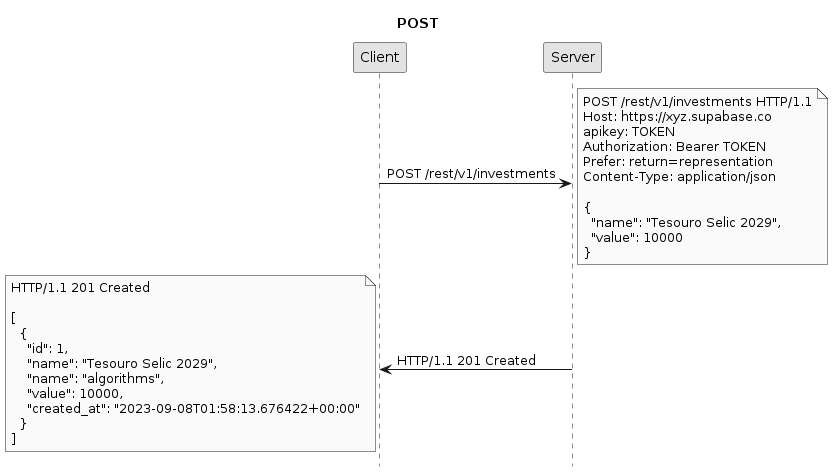
Above: public/imgs/package/supabase-api/post-investment.png in ifpb/ls (PlantUML), before the change.
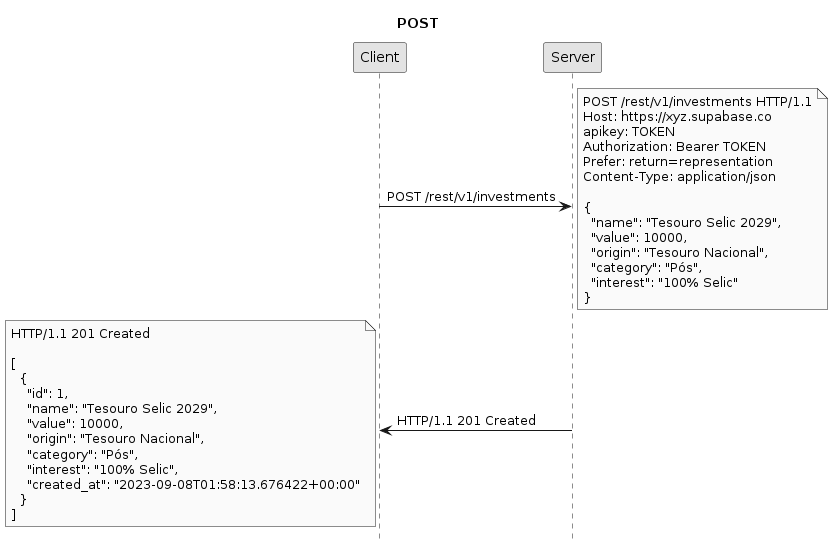
After the change.

Diff of the diagram source:
```diff
@@ -4,7 +4,7 @@
 skinparam monochrome true
 
 Client -> Server: POST /rest/v1/investments
-note right: POST /rest/v1/investments HTTP/1.1\nHost: https://xyz.supabase.co\napikey: TOKEN\nAuthorization: Bearer TOKEN\nPrefer: return=representation\nContent-Type: application/json\n\n{\n  "name": "Tesouro Selic 2029",\n  "value": 10000\n}
+note right: POST /rest/v1/investments HTTP/1.1\nHost: https://xyz.supabase.co\napikey: TOKEN\nAuthorization: Bearer TOKEN\nPrefer: return=representation\nContent-Type: application/json\n\n{\n  "name": "Tesouro Selic 2029",\n  "value": 10000,\n  "origin": "Tesouro Nacional",\n  "category": "Pós",\n  "interest": "100% Selic"\n}
 Server -> Client: HTTP/1.1 201 Created
-note left: HTTP/1.1 201 Created\n\n[\n  {\n    "id": 1,\n    "name": "Tesouro Selic 2029",\n    "name": "algorithms",\n    "value": 10000,\n    "created_at": "2023-09-08T01:58:13.676422+00:00"\n  }\n]
+note left: HTTP/1.1 201 Created\n\n[\n  {\n    "id": 1,\n    "name": "Tesouro Selic 2029",\n    "value": 10000,\n    "origin": "Tesouro Nacional",\n    "category": "Pós",\n    "interest": "100% Selic",\n    "created_at": "2023-09-08T01:58:13.676422+00:00"\n  }\n]
 @enduml
```
